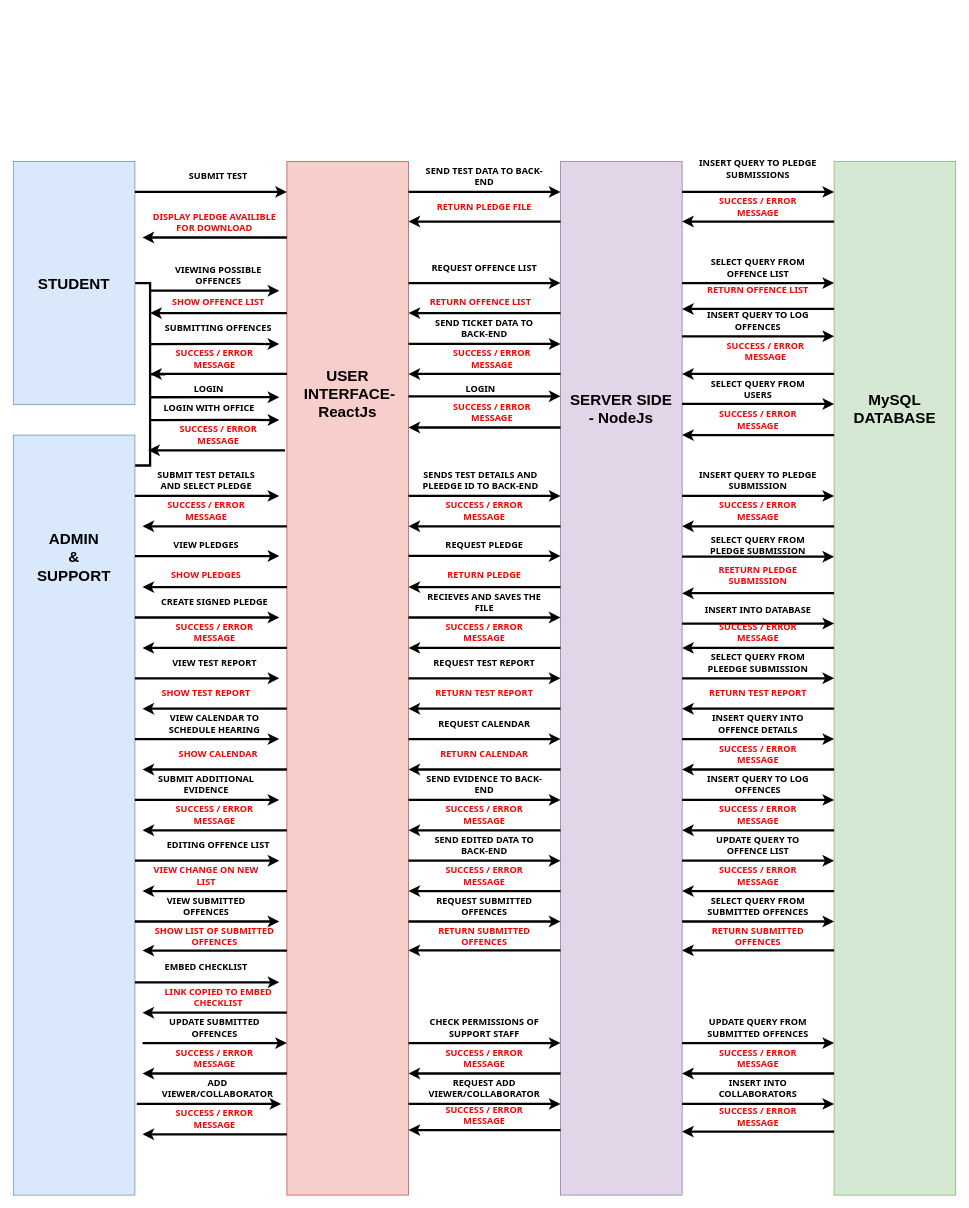
Before: page "HighArchitecture" (1 of 6) of ArchitectureDiagram.drawio in OOPS-2022/student_support_system, a draw.io diagram. Source tidied: cells renumbered, new cells numbered last; positions are measured from the earlier drawing's top-left corner, leaving out a move shared by most shapes. Both pictures are drawn from the tidied source at 76%, with x=0, y=0 at pixel (13, 161).
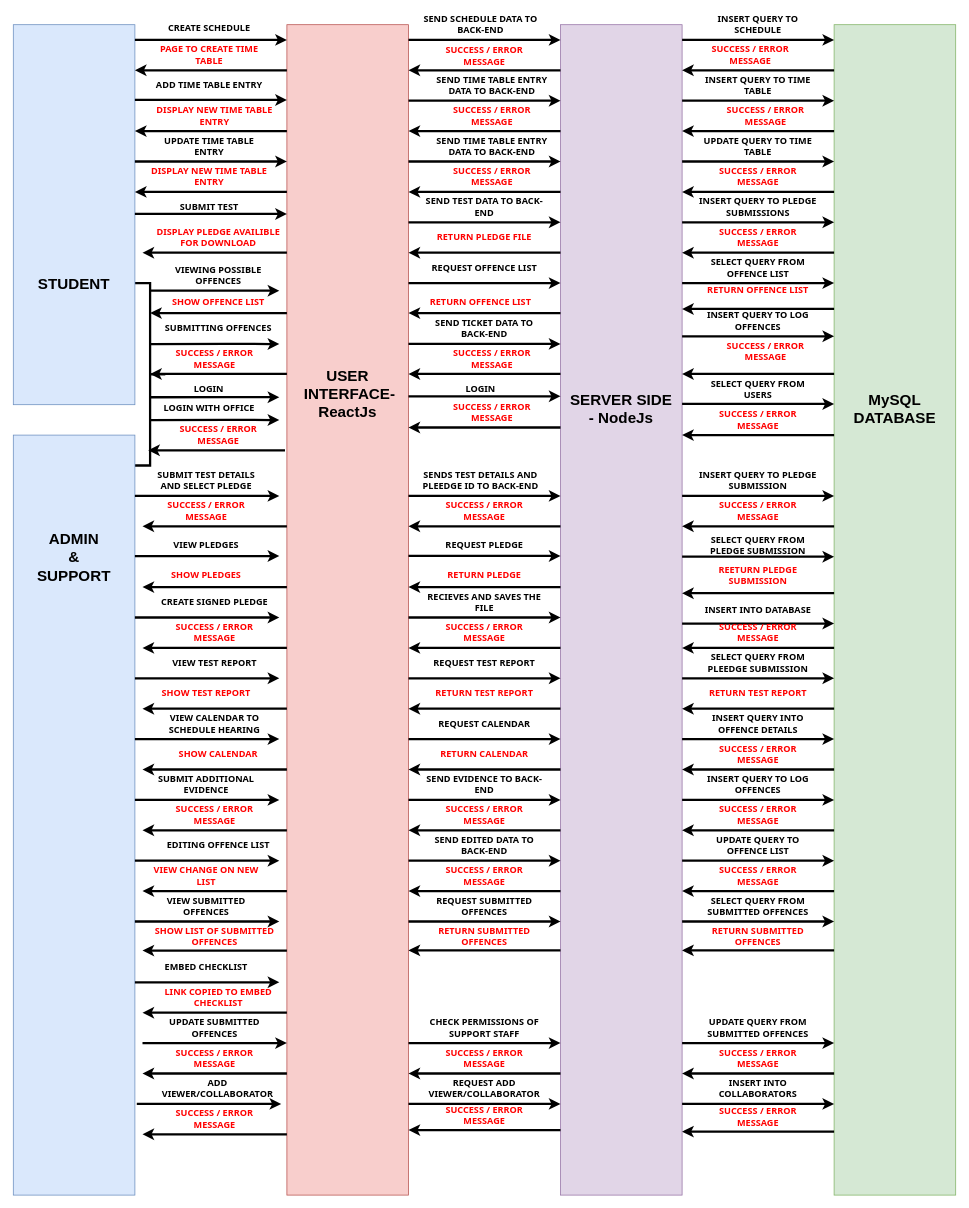
Above is the later version.

The edit, as a diff of the source:
```diff
@@
     <mxCell id="3" style="rounded=0;whiteSpace=wrap;html=1;fontFamily=Helvetica;fontSize=20;fillColor=#f8cecc;strokeColor=#b85450;" parent="1" vertex="1">
-      <mxGeometry x="360" width="160" height="1360" as="geometry" />
+      <mxGeometry x="360" y="-180" width="160" height="1540" as="geometry" />
     </mxCell>
     <mxCell id="4" style="rounded=0;whiteSpace=wrap;html=1;fontFamily=Helvetica;fontSize=20;fillColor=#e1d5e7;strokeColor=#9673a6;" parent="1" vertex="1">
-      <mxGeometry x="720" width="160" height="1360" as="geometry" />
+      <mxGeometry x="720" y="-180" width="160" height="1540" as="geometry" />
     </mxCell>
     <mxCell id="5" style="rounded=0;whiteSpace=wrap;html=1;fontFamily=Helvetica;fontSize=20;fillColor=#d5e8d4;strokeColor=#82b366;" parent="1" vertex="1">
-      <mxGeometry x="1080" width="160" height="1360" as="geometry" />
+      <mxGeometry x="1080" y="-180" width="160" height="1540" as="geometry" />
     </mxCell>
@@
     <mxCell id="15" style="rounded=0;whiteSpace=wrap;html=1;fontFamily=Tahoma;fontSize=12;fillColor=#dae8fc;strokeColor=#6c8ebf;" parent="1" vertex="1">
-      <mxGeometry width="160" height="320" as="geometry" />
+      <mxGeometry y="-180" width="160" height="500" as="geometry" />
     </mxCell>
@@
     <mxCell id="21" value="SUBMIT TEST" style="text;html=1;strokeColor=none;fillColor=none;align=center;verticalAlign=middle;whiteSpace=wrap;rounded=0;fontFamily=Tahoma;fontSize=12;fontStyle=1;" parent="1" vertex="1">
-      <mxGeometry x="190" y="10" width="160" height="20" as="geometry" />
+      <mxGeometry x="177.5" y="50" width="160" height="20" as="geometry" />
     </mxCell>
     <mxCell id="22" value="DISPLAY PLEDGE AVAILIBLE FOR DOWNLOAD" style="text;html=1;strokeColor=none;fillColor=none;align=center;verticalAlign=middle;whiteSpace=wrap;rounded=0;fontFamily=Tahoma;fontSize=12;fontStyle=1;fontColor=#FF0000;" parent="1" vertex="1">
-      <mxGeometry x="170" y="70" width="190" height="20" as="geometry" />
+      <mxGeometry x="175" y="90" width="190" height="20" as="geometry" />
     </mxCell>
     <mxCell id="23" style="endArrow=classic;html=1;rounded=0;fontFamily=Helvetica;fontSize=20;strokeWidth=3;" parent="1" edge="1">
       <mxGeometry relative="1" as="geometry">
-        <mxPoint x="160" y="40" as="sourcePoint" />
-        <mxPoint x="360" y="40" as="targetPoint" />
+        <mxPoint x="160" y="69" as="sourcePoint" />
+        <mxPoint x="360" y="69" as="targetPoint" />
       </mxGeometry>
     </mxCell>
     <mxCell id="24" style="endArrow=classic;html=1;rounded=0;fontFamily=Helvetica;fontSize=20;strokeWidth=3;" parent="1" edge="1">
       <mxGeometry relative="1" as="geometry">
-        <mxPoint x="360" y="100" as="sourcePoint" />
-        <mxPoint x="170" y="100" as="targetPoint" />
+        <mxPoint x="360" y="120" as="sourcePoint" />
+        <mxPoint x="170" y="120" as="targetPoint" />
       </mxGeometry>
     </mxCell>
@@
     <mxCell id="57" style="endArrow=classic;html=1;rounded=0;fontFamily=Helvetica;fontSize=20;strokeWidth=3;" parent="1" edge="1">
       <mxGeometry relative="1" as="geometry">
-        <mxPoint x="520" y="40" as="sourcePoint" />
-        <mxPoint x="720" y="40" as="targetPoint" />
+        <mxPoint x="520" y="80" as="sourcePoint" />
+        <mxPoint x="720" y="80" as="targetPoint" />
       </mxGeometry>
     </mxCell>
     <mxCell id="58" value="SEND TEST DATA TO BACK-END" style="text;html=1;strokeColor=none;fillColor=none;align=center;verticalAlign=middle;whiteSpace=wrap;rounded=0;fontFamily=Tahoma;fontSize=12;fontStyle=1;" parent="1" vertex="1">
-      <mxGeometry x="540" y="10" width="160" height="20" as="geometry" />
+      <mxGeometry x="540" y="50" width="160" height="20" as="geometry" />
     </mxCell>
     <mxCell id="59" style="endArrow=classic;html=1;rounded=0;fontFamily=Helvetica;fontSize=20;strokeWidth=3;" parent="1" edge="1">
       <mxGeometry relative="1" as="geometry">
-        <mxPoint x="720" y="79" as="sourcePoint" />
-        <mxPoint x="520" y="79" as="targetPoint" />
+        <mxPoint x="720" y="120" as="sourcePoint" />
+        <mxPoint x="520" y="120" as="targetPoint" />
       </mxGeometry>
     </mxCell>
     <mxCell id="60" value="RETURN PLEDGE FILE" style="text;html=1;strokeColor=none;fillColor=none;align=center;verticalAlign=middle;whiteSpace=wrap;rounded=0;fontFamily=Tahoma;fontSize=12;fontStyle=1;fontColor=#FF0000;" parent="1" vertex="1">
-      <mxGeometry x="525" y="50" width="190" height="20" as="geometry" />
+      <mxGeometry x="525" y="90" width="190" height="20" as="geometry" />
     </mxCell>
@@
     <mxCell id="101" style="endArrow=classic;html=1;rounded=0;fontFamily=Helvetica;fontSize=20;strokeWidth=3;" parent="1" edge="1">
       <mxGeometry relative="1" as="geometry">
-        <mxPoint x="880" y="40" as="sourcePoint" />
-        <mxPoint x="1080" y="40" as="targetPoint" />
+        <mxPoint x="880" y="80" as="sourcePoint" />
+        <mxPoint x="1080" y="80" as="targetPoint" />
       </mxGeometry>
     </mxCell>
     <mxCell id="102" value="INSERT QUERY TO PLEDGE SUBMISSIONS" style="text;html=1;strokeColor=none;fillColor=none;align=center;verticalAlign=middle;whiteSpace=wrap;rounded=0;fontFamily=Tahoma;fontSize=12;fontStyle=1;" parent="1" vertex="1">
-      <mxGeometry x="900" width="160" height="20" as="geometry" />
+      <mxGeometry x="900" y="45" width="160" height="30" as="geometry" />
     </mxCell>
     <mxCell id="103" style="endArrow=classic;html=1;rounded=0;fontFamily=Helvetica;fontSize=20;strokeWidth=3;" parent="1" edge="1">
       <mxGeometry relative="1" as="geometry">
-        <mxPoint x="1080" y="79" as="sourcePoint" />
-        <mxPoint x="880" y="79" as="targetPoint" />
+        <mxPoint x="1080" y="120" as="sourcePoint" />
+        <mxPoint x="880" y="120" as="targetPoint" />
       </mxGeometry>
     </mxCell>
     <mxCell id="104" value="SUCCESS / ERROR MESSAGE" style="text;html=1;strokeColor=none;fillColor=none;align=center;verticalAlign=middle;whiteSpace=wrap;rounded=0;fontFamily=Tahoma;fontSize=12;fontStyle=1;fontColor=#FF0000;" parent="1" vertex="1">
-      <mxGeometry x="900" y="50" width="160" height="20" as="geometry" />
+      <mxGeometry x="900" y="90" width="160" height="20" as="geometry" />
     </mxCell>
@@
+    <mxCell id="187" style="endArrow=classic;html=1;rounded=0;fontFamily=Helvetica;fontSize=20;strokeWidth=3;" parent="1" edge="1">
+      <mxGeometry relative="1" as="geometry">
+        <mxPoint x="160" y="-160" as="sourcePoint" />
+        <mxPoint x="360" y="-160" as="targetPoint" />
+      </mxGeometry>
+    </mxCell>
+    <mxCell id="188" value="CREATE SCHEDULE" style="text;html=1;strokeColor=none;fillColor=none;align=center;verticalAlign=middle;whiteSpace=wrap;rounded=0;fontFamily=Tahoma;fontSize=12;fontStyle=1;" parent="1" vertex="1">
+      <mxGeometry x="177.5" y="-185" width="160" height="20" as="geometry" />
+    </mxCell>
+    <mxCell id="189" style="endArrow=classic;html=1;rounded=0;fontFamily=Helvetica;fontSize=20;strokeWidth=3;" parent="1" edge="1">
+      <mxGeometry relative="1" as="geometry">
+        <mxPoint x="520" y="-160" as="sourcePoint" />
+        <mxPoint x="720" y="-160" as="targetPoint" />
+      </mxGeometry>
+    </mxCell>
+    <mxCell id="190" style="endArrow=classic;html=1;rounded=0;fontFamily=Helvetica;fontSize=20;strokeWidth=3;" parent="1" edge="1">
+      <mxGeometry relative="1" as="geometry">
+        <mxPoint x="880" y="-160" as="sourcePoint" />
+        <mxPoint x="1080" y="-160" as="targetPoint" />
+      </mxGeometry>
+    </mxCell>
+    <mxCell id="191" value="SEND SCHEDULE DATA TO BACK-END" style="text;html=1;strokeColor=none;fillColor=none;align=center;verticalAlign=middle;whiteSpace=wrap;rounded=0;fontFamily=Tahoma;fontSize=12;fontStyle=1;" parent="1" vertex="1">
+      <mxGeometry x="535" y="-190" width="160" height="20" as="geometry" />
+    </mxCell>
+    <mxCell id="192" value="INSERT QUERY TO SCHEDULE" style="text;html=1;strokeColor=none;fillColor=none;align=center;verticalAlign=middle;whiteSpace=wrap;rounded=0;fontFamily=Tahoma;fontSize=12;fontStyle=1;" parent="1" vertex="1">
+      <mxGeometry x="900" y="-195" width="160" height="30" as="geometry" />
+    </mxCell>
+    <mxCell id="193" style="endArrow=classic;html=1;rounded=0;fontFamily=Helvetica;fontSize=20;strokeWidth=3;" parent="1" edge="1">
+      <mxGeometry relative="1" as="geometry">
+        <mxPoint x="1080" y="-120" as="sourcePoint" />
+        <mxPoint x="880" y="-120" as="targetPoint" />
+      </mxGeometry>
+    </mxCell>
+    <mxCell id="194" style="endArrow=classic;html=1;rounded=0;fontFamily=Helvetica;fontSize=20;strokeWidth=3;" parent="1" edge="1">
+      <mxGeometry relative="1" as="geometry">
+        <mxPoint x="720" y="-120" as="sourcePoint" />
+        <mxPoint x="520" y="-120" as="targetPoint" />
+      </mxGeometry>
+    </mxCell>
+    <mxCell id="195" style="endArrow=classic;html=1;rounded=0;fontFamily=Helvetica;fontSize=20;strokeWidth=3;" parent="1" edge="1">
+      <mxGeometry relative="1" as="geometry">
+        <mxPoint x="360" y="-120" as="sourcePoint" />
+        <mxPoint x="160" y="-120" as="targetPoint" />
+      </mxGeometry>
+    </mxCell>
+    <mxCell id="196" value="SUCCESS / ERROR MESSAGE" style="text;html=1;strokeColor=none;fillColor=none;align=center;verticalAlign=middle;whiteSpace=wrap;rounded=0;fontFamily=Tahoma;fontSize=12;fontStyle=1;fontColor=#FF0000;" parent="1" vertex="1">
+      <mxGeometry x="890" y="-150" width="160" height="20" as="geometry" />
+    </mxCell>
+    <mxCell id="197" value="SUCCESS / ERROR MESSAGE" style="text;html=1;strokeColor=none;fillColor=none;align=center;verticalAlign=middle;whiteSpace=wrap;rounded=0;fontFamily=Tahoma;fontSize=12;fontStyle=1;fontColor=#FF0000;" parent="1" vertex="1">
+      <mxGeometry x="540" y="-140" width="160" as="geometry" />
+    </mxCell>
+    <mxCell id="198" value="PAGE TO CREATE TIME TABLE" style="text;html=1;strokeColor=none;fillColor=none;align=center;verticalAlign=middle;whiteSpace=wrap;rounded=0;fontFamily=Tahoma;fontSize=12;fontStyle=1;fontColor=#FF0000;" parent="1" vertex="1">
+      <mxGeometry x="177.5" y="-150" width="160" height="20" as="geometry" />
+    </mxCell>
+    <mxCell id="199" style="endArrow=classic;html=1;rounded=0;fontFamily=Helvetica;fontSize=20;strokeWidth=3;" parent="1" edge="1">
+      <mxGeometry relative="1" as="geometry">
+        <mxPoint x="160" y="-81" as="sourcePoint" />
+        <mxPoint x="360" y="-81" as="targetPoint" />
+      </mxGeometry>
+    </mxCell>
+    <mxCell id="200" value="ADD TIME TABLE ENTRY" style="text;html=1;strokeColor=none;fillColor=none;align=center;verticalAlign=middle;whiteSpace=wrap;rounded=0;fontFamily=Tahoma;fontSize=12;fontStyle=1;" parent="1" vertex="1">
+      <mxGeometry x="177.5" y="-110" width="160" height="20" as="geometry" />
+    </mxCell>
+    <mxCell id="201" style="endArrow=classic;html=1;rounded=0;fontFamily=Helvetica;fontSize=20;strokeWidth=3;" parent="1" edge="1">
+      <mxGeometry relative="1" as="geometry">
+        <mxPoint x="520" y="-80" as="sourcePoint" />
+        <mxPoint x="720" y="-80" as="targetPoint" />
+      </mxGeometry>
+    </mxCell>
+    <mxCell id="202" style="endArrow=classic;html=1;rounded=0;fontFamily=Helvetica;fontSize=20;strokeWidth=3;" parent="1" edge="1">
+      <mxGeometry relative="1" as="geometry">
+        <mxPoint x="880" y="-80" as="sourcePoint" />
+        <mxPoint x="1080" y="-80" as="targetPoint" />
+      </mxGeometry>
+    </mxCell>
+    <mxCell id="203" value="SEND TIME TABLE ENTRY DATA TO BACK-END" style="text;html=1;strokeColor=none;fillColor=none;align=center;verticalAlign=middle;whiteSpace=wrap;rounded=0;fontFamily=Tahoma;fontSize=12;fontStyle=1;" parent="1" vertex="1">
+      <mxGeometry x="550" y="-110" width="160" height="20" as="geometry" />
+    </mxCell>
+    <mxCell id="204" value="INSERT QUERY TO TIME TABLE" style="text;html=1;strokeColor=none;fillColor=none;align=center;verticalAlign=middle;whiteSpace=wrap;rounded=0;fontFamily=Tahoma;fontSize=12;fontStyle=1;" parent="1" vertex="1">
+      <mxGeometry x="900" y="-115" width="160" height="30" as="geometry" />
+    </mxCell>
+    <mxCell id="205" style="endArrow=classic;html=1;rounded=0;fontFamily=Helvetica;fontSize=20;strokeWidth=3;" parent="1" edge="1">
+      <mxGeometry relative="1" as="geometry">
+        <mxPoint x="360" y="-40" as="sourcePoint" />
+        <mxPoint x="160" y="-40" as="targetPoint" />
+      </mxGeometry>
+    </mxCell>
+    <mxCell id="206" value="DISPLAY NEW TIME TABLE ENTRY" style="text;html=1;strokeColor=none;fillColor=none;align=center;verticalAlign=middle;whiteSpace=wrap;rounded=0;fontFamily=Tahoma;fontSize=12;fontStyle=1;fontColor=#FF0000;" parent="1" vertex="1">
+      <mxGeometry x="170" y="-70" width="190" height="20" as="geometry" />
+    </mxCell>
+    <mxCell id="207" style="endArrow=classic;html=1;rounded=0;fontFamily=Helvetica;fontSize=20;strokeWidth=3;" parent="1" edge="1">
+      <mxGeometry relative="1" as="geometry">
+        <mxPoint x="720" y="-40" as="sourcePoint" />
+        <mxPoint x="520" y="-40" as="targetPoint" />
+      </mxGeometry>
+    </mxCell>
+    <mxCell id="208" style="endArrow=classic;html=1;rounded=0;fontFamily=Helvetica;fontSize=20;strokeWidth=3;" parent="1" edge="1">
+      <mxGeometry relative="1" as="geometry">
+        <mxPoint x="1080" y="-40" as="sourcePoint" />
+        <mxPoint x="880" y="-40" as="targetPoint" />
+      </mxGeometry>
+    </mxCell>
+    <mxCell id="209" value="SUCCESS / ERROR MESSAGE" style="text;html=1;strokeColor=none;fillColor=none;align=center;verticalAlign=middle;whiteSpace=wrap;rounded=0;fontFamily=Tahoma;fontSize=12;fontStyle=1;fontColor=#FF0000;" parent="1" vertex="1">
+      <mxGeometry x="910" y="-70" width="160" height="20" as="geometry" />
+    </mxCell>
+    <mxCell id="210" value="SUCCESS / ERROR MESSAGE" style="text;html=1;strokeColor=none;fillColor=none;align=center;verticalAlign=middle;whiteSpace=wrap;rounded=0;fontFamily=Tahoma;fontSize=12;fontStyle=1;fontColor=#FF0000;" parent="1" vertex="1">
+      <mxGeometry x="550" y="-70" width="160" height="20" as="geometry" />
+    </mxCell>
+    <mxCell id="211" style="endArrow=classic;html=1;rounded=0;fontFamily=Helvetica;fontSize=20;strokeWidth=3;" parent="1" edge="1">
+      <mxGeometry relative="1" as="geometry">
+        <mxPoint x="160" as="sourcePoint" />
+        <mxPoint x="360" as="targetPoint" />
+      </mxGeometry>
+    </mxCell>
+    <mxCell id="212" style="endArrow=classic;html=1;rounded=0;fontFamily=Helvetica;fontSize=20;strokeWidth=3;" parent="1" edge="1">
+      <mxGeometry relative="1" as="geometry">
+        <mxPoint x="880" as="sourcePoint" />
+        <mxPoint x="1080" as="targetPoint" />
+      </mxGeometry>
+    </mxCell>
+    <mxCell id="213" style="endArrow=classic;html=1;rounded=0;fontFamily=Helvetica;fontSize=20;strokeWidth=3;" parent="1" edge="1">
+      <mxGeometry relative="1" as="geometry">
+        <mxPoint x="520" as="sourcePoint" />
+        <mxPoint x="720" as="targetPoint" />
+      </mxGeometry>
+    </mxCell>
+    <mxCell id="214" style="endArrow=classic;html=1;rounded=0;fontFamily=Helvetica;fontSize=20;strokeWidth=3;" parent="1" edge="1">
+      <mxGeometry relative="1" as="geometry">
+        <mxPoint x="360" y="40" as="sourcePoint" />
+        <mxPoint x="160" y="40" as="targetPoint" />
+      </mxGeometry>
+    </mxCell>
+    <mxCell id="215" style="endArrow=classic;html=1;rounded=0;fontFamily=Helvetica;fontSize=20;strokeWidth=3;" parent="1" edge="1">
+      <mxGeometry relative="1" as="geometry">
+        <mxPoint x="720" y="40" as="sourcePoint" />
+        <mxPoint x="520" y="40" as="targetPoint" />
+      </mxGeometry>
+    </mxCell>
+    <mxCell id="216" style="endArrow=classic;html=1;rounded=0;fontFamily=Helvetica;fontSize=20;strokeWidth=3;" parent="1" edge="1">
+      <mxGeometry relative="1" as="geometry">
+        <mxPoint x="1080" y="40" as="sourcePoint" />
+        <mxPoint x="880" y="40" as="targetPoint" />
+      </mxGeometry>
+    </mxCell>
+    <mxCell id="217" value="UPDATE TIME TABLE ENTRY" style="text;html=1;strokeColor=none;fillColor=none;align=center;verticalAlign=middle;whiteSpace=wrap;rounded=0;fontFamily=Tahoma;fontSize=12;fontStyle=1;" parent="1" vertex="1">
+      <mxGeometry x="177.5" y="-30" width="160" height="20" as="geometry" />
+    </mxCell>
+    <mxCell id="218" value="SEND TIME TABLE ENTRY DATA TO BACK-END" style="text;html=1;strokeColor=none;fillColor=none;align=center;verticalAlign=middle;whiteSpace=wrap;rounded=0;fontFamily=Tahoma;fontSize=12;fontStyle=1;" parent="1" vertex="1">
+      <mxGeometry x="550" y="-30" width="160" height="20" as="geometry" />
+    </mxCell>
+    <mxCell id="219" value="UPDATE QUERY TO TIME TABLE" style="text;html=1;strokeColor=none;fillColor=none;align=center;verticalAlign=middle;whiteSpace=wrap;rounded=0;fontFamily=Tahoma;fontSize=12;fontStyle=1;" parent="1" vertex="1">
+      <mxGeometry x="900" y="-35" width="160" height="30" as="geometry" />
+    </mxCell>
+    <mxCell id="220" value="SUCCESS / ERROR MESSAGE" style="text;html=1;strokeColor=none;fillColor=none;align=center;verticalAlign=middle;whiteSpace=wrap;rounded=0;fontFamily=Tahoma;fontSize=12;fontStyle=1;fontColor=#FF0000;" parent="1" vertex="1">
+      <mxGeometry x="900" y="10" width="160" height="20" as="geometry" />
+    </mxCell>
+    <mxCell id="221" value="SUCCESS / ERROR MESSAGE" style="text;html=1;strokeColor=none;fillColor=none;align=center;verticalAlign=middle;whiteSpace=wrap;rounded=0;fontFamily=Tahoma;fontSize=12;fontStyle=1;fontColor=#FF0000;" parent="1" vertex="1">
+      <mxGeometry x="550" y="10" width="160" height="20" as="geometry" />
+    </mxCell>
+    <mxCell id="222" value="DISPLAY NEW TIME TABLE ENTRY" style="text;html=1;strokeColor=none;fillColor=none;align=center;verticalAlign=middle;whiteSpace=wrap;rounded=0;fontFamily=Tahoma;fontSize=12;fontStyle=1;fontColor=#FF0000;" parent="1" vertex="1">
+      <mxGeometry x="162.5" y="10" width="190" height="20" as="geometry" />
+    </mxCell>
```
